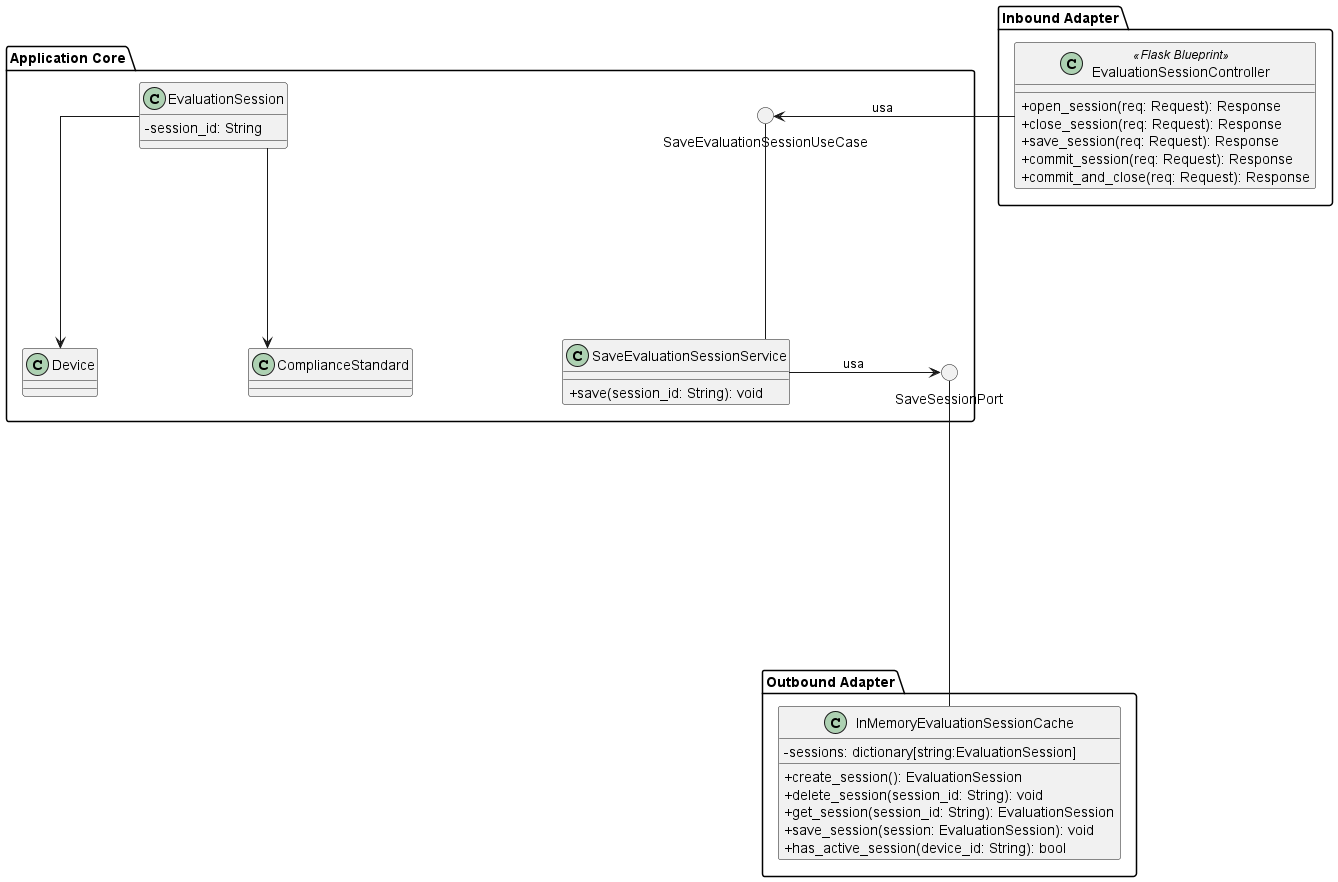
GroupRubberDuck/Documentazione keeps this PlantUML diagram as src/PB/DocumentazioneEsterna/Specifica_Tecnica/content/uml/png/Session/SaveEvaluationSession.png. Above is the earlier version. The source it was exported from:
```plantuml
@startuml SaveEvaluationSession

skinparam nodesep 150
skinparam ranksep 150
skinparam classAttributeIconSize 0

package "Inbound Adapter" {
    !include InboundAdapters/EvaluationSessionController.puml
}

package "Application Core" {

    () "SaveEvaluationSessionUseCase"

    !include ApplicationServices/SaveEvaluationSessionService.puml

    () "SaveSessionPort"

    !include Domain/EvaluationSession.puml

    SaveEvaluationSessionService -up- SaveEvaluationSessionUseCase
    SaveEvaluationSessionService -> SaveSessionPort : usa
}

package "Outbound Adapter" {
    !include OutboundAdapters/InMemoryEvaluationSessionCache.puml
}

EvaluationSessionController -left-> SaveEvaluationSessionUseCase : usa
InMemoryEvaluationSessionCache -up-- SaveSessionPort

@enduml
```
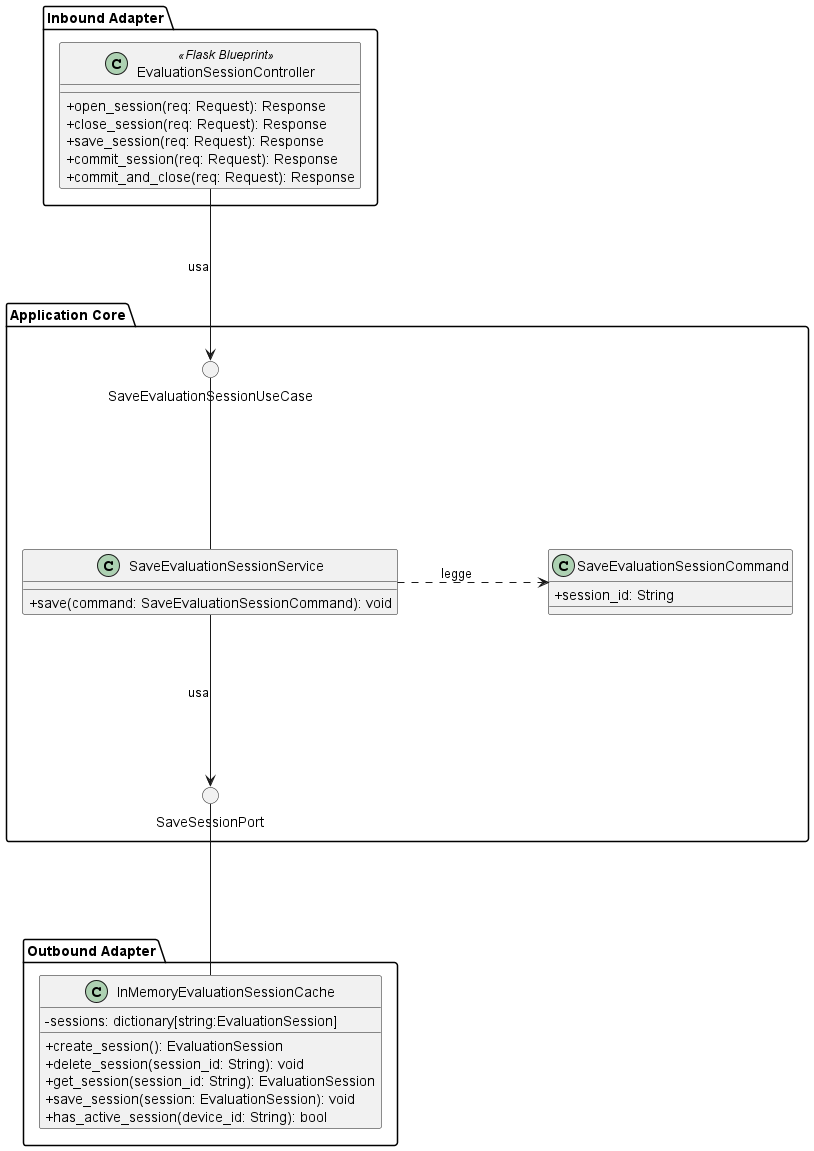
After the commit.

Diff of the diagram source:
```diff
@@ -1,5 +1,6 @@
 @startuml SaveEvaluationSession
 
+skinparam linetype ortho
 skinparam nodesep 150
 skinparam ranksep 150
 skinparam classAttributeIconSize 0
@@ -14,19 +15,24 @@
 
     !include ApplicationServices/SaveEvaluationSessionService.puml
 
+    class SaveEvaluationSessionCommand {
+        + session_id: String
+    }
+
     () "SaveSessionPort"
 
-    !include Domain/EvaluationSession.puml
+
 
     SaveEvaluationSessionService -up- SaveEvaluationSessionUseCase
-    SaveEvaluationSessionService -> SaveSessionPort : usa
+    SaveEvaluationSessionService .right.> SaveEvaluationSessionCommand : legge
+    SaveEvaluationSessionService -down-> SaveSessionPort : usa
 }
 
 package "Outbound Adapter" {
     !include OutboundAdapters/InMemoryEvaluationSessionCache.puml
 }
 
-EvaluationSessionController -left-> SaveEvaluationSessionUseCase : usa
-InMemoryEvaluationSessionCache -up-- SaveSessionPort
+EvaluationSessionController -down-> SaveEvaluationSessionUseCase : usa
+InMemoryEvaluationSessionCache -up- SaveSessionPort
 
 @enduml
```
